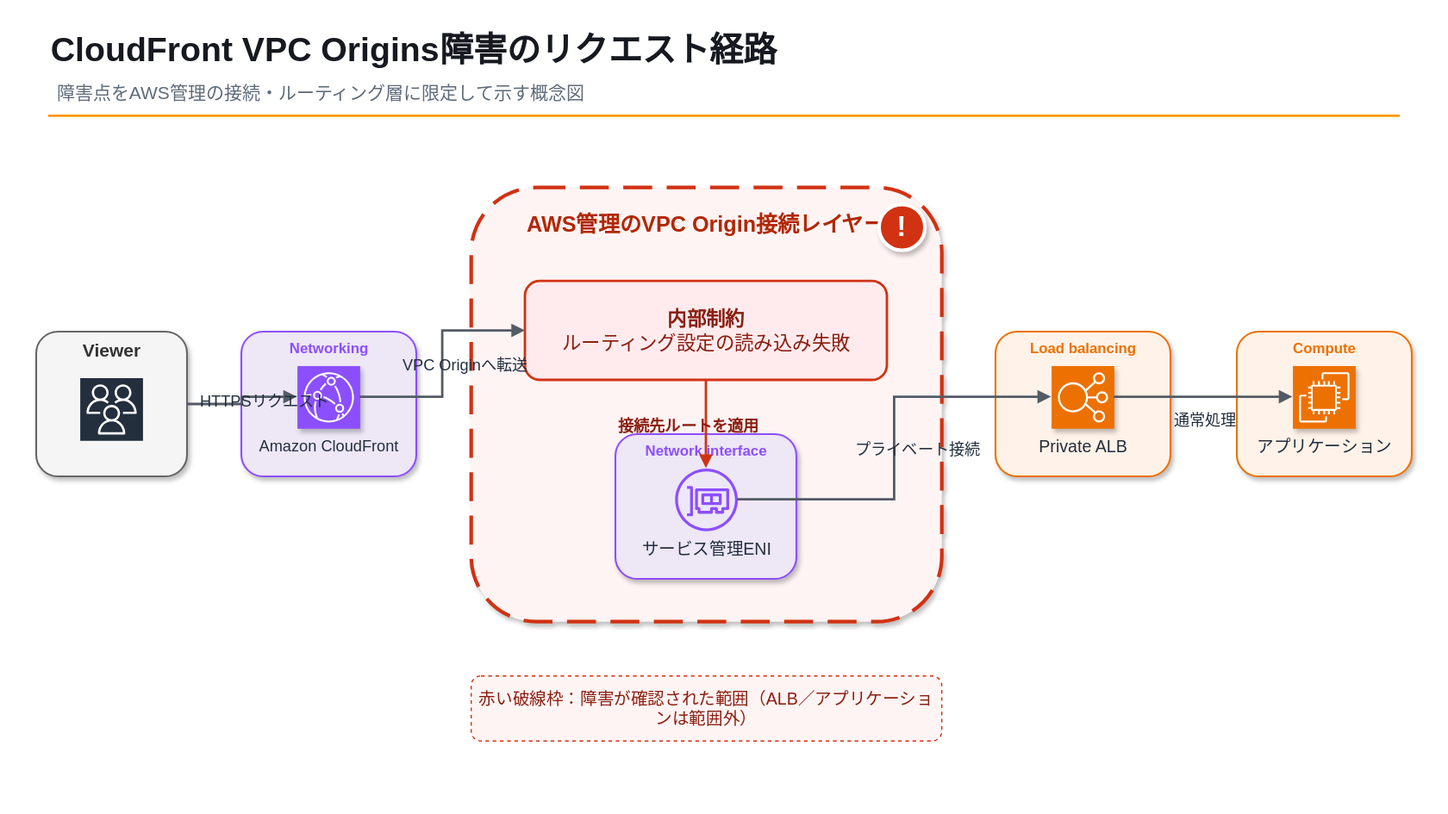
This is src/assets/blog/cloudfront-vpc-origin-outage-path.svg from hiroshiimaizumi0611/tech-log, a draw.io export, as it was before one commit. Source tidied: cells renumbered, new cells last; positions are measured from the earlier drawing's top-left corner, leaving out a move shared by most shapes.
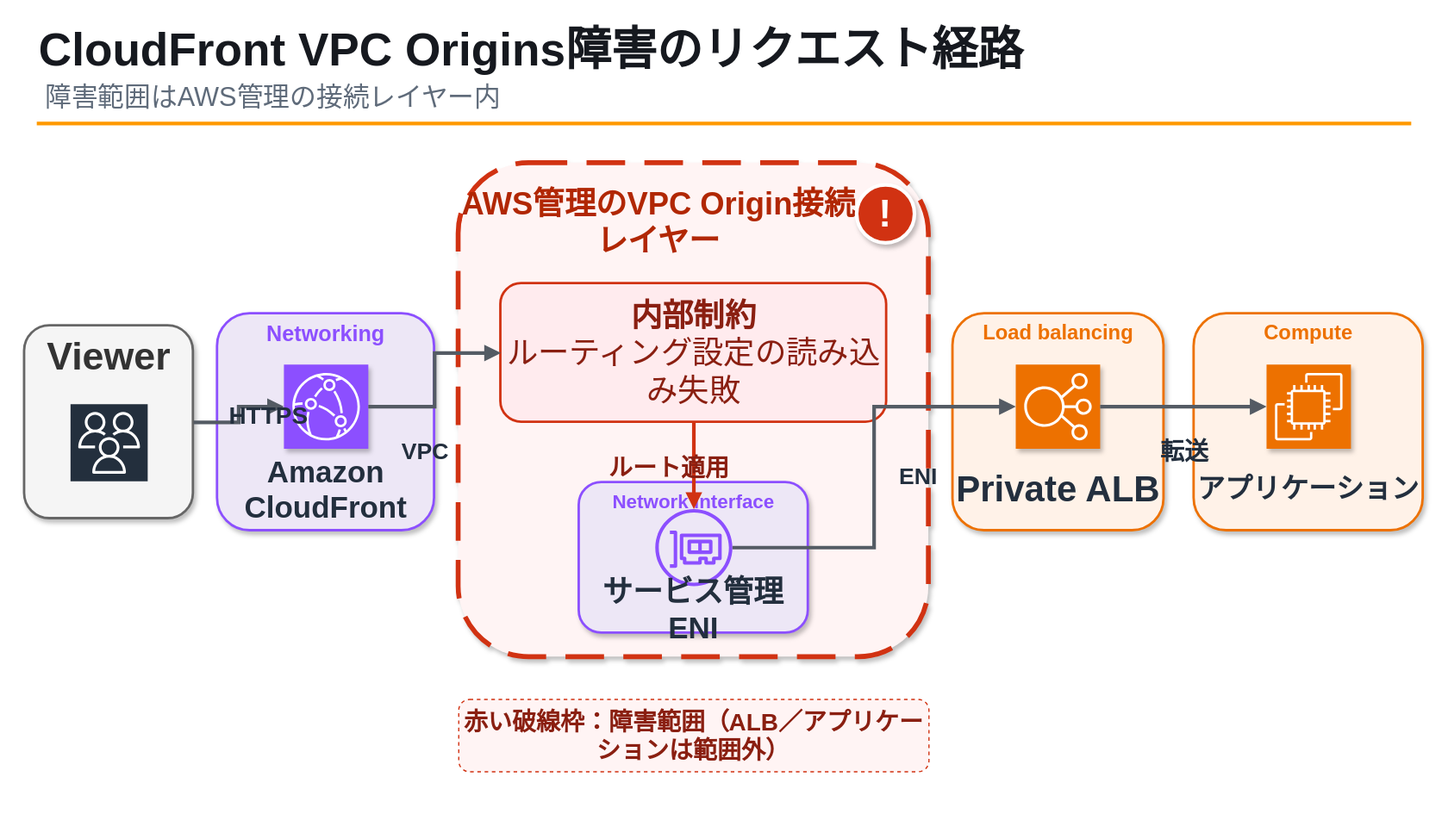
The same file after the commit.

Commit message:
fix: improve CloudFront diagram readability

Diff of the diagram source:
```diff
@@ -2,89 +2,101 @@
   <root>
     <mxCell id="0" />
     <mxCell id="1" parent="0" />
-    <mxCell id="2" style="rounded=0;whiteSpace=wrap;html=1;fillColor=#FFFFFF;strokeColor=none;fontFamily=Helvetica;" parent="1" vertex="1">
+    <mxCell id="2" style="rounded=0;whiteSpace=wrap;html=1;fillColor=#FFFFFF;strokeColor=#FFFFFF;strokeWidth=1;fontFamily=Helvetica;" parent="1" vertex="1">
       <mxGeometry width="1200" height="675" as="geometry" />
     </mxCell>
-    <mxCell id="3" value="CloudFront VPC Origins障害のリクエスト経路" style="text;html=1;whiteSpace=wrap;strokeColor=none;fillColor=none;align=left;verticalAlign=middle;fontSize=28;fontStyle=1;fontColor=#16191F;fontFamily=Helvetica;" parent="1" vertex="1">
-      <mxGeometry x="40" y="20" width="1120" height="42" as="geometry" />
+    <mxCell id="3" value="CloudFront VPC Origins障害のリクエスト経路" style="text;html=1;whiteSpace=wrap;strokeColor=none;fillColor=none;align=left;verticalAlign=middle;fontSize=38;fontStyle=1;fontColor=#16191F;fontFamily=Helvetica;" parent="1" vertex="1">
+      <mxGeometry x="30" y="15" width="1140" height="52" as="geometry" />
     </mxCell>
-    <mxCell id="4" value="障害点をAWS管理の接続・ルーティング層に限定して示す概念図" style="text;html=1;whiteSpace=wrap;strokeColor=none;fillColor=none;align=left;verticalAlign=middle;fontSize=15;fontColor=#5F6B7A;fontFamily=Helvetica;" parent="1" vertex="1">
-      <mxGeometry x="45" y="62" width="900" height="28" as="geometry" />
+    <mxCell id="4" value="障害範囲はAWS管理の接続レイヤー内" style="text;html=1;whiteSpace=wrap;strokeColor=none;fillColor=none;align=left;verticalAlign=middle;fontSize=22;fontColor=#5F6B7A;fontFamily=Helvetica;" parent="1" vertex="1">
+      <mxGeometry x="35" y="65" width="700" height="32" as="geometry" />
     </mxCell>
-    <mxCell id="5" style="line;strokeWidth=2;html=1;strokeColor=#FF9900;fontFamily=Helvetica;" parent="1" vertex="1">
-      <mxGeometry x="40" y="92" width="1120" height="8" as="geometry" />
+    <mxCell id="5" style="line;strokeWidth=3;html=1;strokeColor=#FF9900;fontFamily=Helvetica;" parent="1" vertex="1">
+      <mxGeometry x="30" y="98" width="1140" height="8" as="geometry" />
     </mxCell>
-    <mxCell id="6" value="Viewer" style="fillColor=#F5F5F5;strokeColor=light-dark(#666666,#D4D4D4);rounded=1;whiteSpace=wrap;html=1;verticalAlign=top;fontStyle=1;fontSize=15;fontColor=#333333;fontFamily=Helvetica;shadow=1;strokeWidth=1.5;" parent="1" vertex="1">
-      <mxGeometry x="30" y="275" width="125" height="120" as="geometry" />
+    <mxCell id="6" value="Viewer" style="fillColor=#F5F5F5;strokeColor=light-dark(#666666,#D4D4D4);rounded=1;whiteSpace=wrap;html=1;verticalAlign=top;fontStyle=1;fontSize=32;fontColor=#333333;fontFamily=Helvetica;shadow=1;strokeWidth=2;" parent="1" vertex="1">
+      <mxGeometry x="20" y="270" width="140" height="160" as="geometry" />
     </mxCell>
-    <mxCell id="7" style="sketch=0;fontColor=#232F3E;fillColor=#232F3D;strokeColor=#FFFFFF;verticalLabelPosition=bottom;verticalAlign=top;align=center;html=1;fontSize=12;shape=mxgraph.aws4.resourceIcon;resIcon=mxgraph.aws4.users;fontFamily=Helvetica;" parent="6" vertex="1">
-      <mxGeometry x="36" y="38" width="52" height="52" as="geometry" />
+    <mxCell id="7" style="sketch=0;fontColor=#232F3E;fillColor=#232F3D;strokeColor=#FFFFFF;verticalLabelPosition=bottom;verticalAlign=top;align=center;html=1;fontSize=24;shape=mxgraph.aws4.resourceIcon;resIcon=mxgraph.aws4.users;fontFamily=Helvetica;" parent="6" vertex="1">
+      <mxGeometry x="38" y="65" width="64" height="64" as="geometry" />
     </mxCell>
-    <mxCell id="8" value="Networking" style="fillColor=#EDE7F6;strokeColor=#8C4FFF;rounded=1;whiteSpace=wrap;html=1;verticalAlign=top;fontStyle=1;fontSize=12;fontColor=#8C4FFF;fontFamily=Helvetica;shadow=1;strokeWidth=1.5;" parent="1" vertex="1">
-      <mxGeometry x="200" y="275" width="145" height="120" as="geometry" />
+    <mxCell id="8" value="Networking" style="fillColor=#EDE7F6;strokeColor=#8C4FFF;rounded=1;whiteSpace=wrap;html=1;verticalAlign=top;fontStyle=1;fontSize=18;fontColor=#8C4FFF;fontFamily=Helvetica;shadow=1;strokeWidth=2;" parent="1" vertex="1">
+      <mxGeometry x="180" y="260" width="180" height="180" as="geometry" />
     </mxCell>
-    <mxCell id="9" value="Amazon CloudFront" style="sketch=0;outlineConnect=0;fontColor=#232F3E;fillColor=#8C4FFF;strokeColor=#FFFFFF;verticalLabelPosition=bottom;verticalAlign=top;align=center;html=1;fontSize=13;shape=mxgraph.aws4.resourceIcon;resIcon=mxgraph.aws4.cloudfront;fontFamily=Helvetica;shadow=1;" parent="8" vertex="1">
-      <mxGeometry x="46" y="28" width="52" height="52" as="geometry" />
+    <mxCell id="9" style="sketch=0;outlineConnect=0;fontColor=#232F3E;fillColor=#8C4FFF;strokeColor=#FFFFFF;verticalLabelPosition=bottom;verticalAlign=top;align=center;html=1;fontSize=27;fontStyle=1;shape=mxgraph.aws4.resourceIcon;resIcon=mxgraph.aws4.cloudfront;fontFamily=Helvetica;shadow=1;" parent="8" vertex="1">
+      <mxGeometry x="55" y="42" width="70" height="70" as="geometry" />
     </mxCell>
+    <mxCell id="30" value="Amazon CloudFront" style="text;html=1;whiteSpace=wrap;strokeColor=none;fillColor=none;align=center;verticalAlign=middle;fontSize=25;fontStyle=1;fontColor=#232F3E;fontFamily=Helvetica;" parent="8" vertex="1">
+      <mxGeometry x="5" y="115" width="170" height="60" as="geometry" />
+    </mxCell>
-    <mxCell id="10" value="AWS管理のVPC Origin接続レイヤー" style="rounded=1;whiteSpace=wrap;html=1;fillColor=light-dark(#FFF4F4,#3B2525);fillStyle=auto;strokeColor=#D13212;strokeWidth=3;dashed=1;dashPattern=8 4;verticalAlign=top;spacingTop=14;fontSize=18;fontStyle=1;fontColor=#B12704;fontFamily=Helvetica;shadow=1;" parent="1" vertex="1">
-      <mxGeometry x="390" y="155" width="390" height="360" as="geometry" />
+    <mxCell id="10" value="AWS管理のVPC Origin接続レイヤー" style="rounded=1;whiteSpace=wrap;html=1;fillColor=light-dark(#FFF4F4,#3B2525);fillStyle=auto;strokeColor=#D13212;strokeWidth=4;dashed=1;dashPattern=8 4;verticalAlign=top;spacingTop=12;spacingRight=58;fontSize=26;fontStyle=1;fontColor=#B12704;fontFamily=Helvetica;shadow=1;" parent="1" vertex="1">
+      <mxGeometry x="380" y="135" width="390" height="410" as="geometry" />
     </mxCell>
-    <mxCell id="11" value="!" style="ellipse;whiteSpace=wrap;html=1;fillColor=#D13212;strokeColor=#FFFFFF;strokeWidth=3;fontColor=#FFFFFF;fontSize=24;fontStyle=1;fontFamily=Helvetica;shadow=1;" parent="10" vertex="1">
-      <mxGeometry x="338" y="14" width="38" height="38" as="geometry" />
+    <mxCell id="11" value="!" style="ellipse;whiteSpace=wrap;html=1;fillColor=#D13212;strokeColor=#FFFFFF;strokeWidth=3;fontColor=#FFFFFF;fontSize=32;fontStyle=1;fontFamily=Helvetica;shadow=1;" parent="10" vertex="1">
+      <mxGeometry x="330" y="18" width="48" height="48" as="geometry" />
     </mxCell>
-    <mxCell id="12" value="&lt;b&gt;内部制約&lt;/b&gt;&lt;div&gt;ルーティング設定の読み込み失敗&lt;/div&gt;" style="rounded=1;whiteSpace=wrap;html=1;fillColor=#FFEBEE;strokeColor=#D13212;strokeWidth=2;align=center;verticalAlign=middle;fontSize=16;fontColor=#8A1F11;fontFamily=Helvetica;shadow=0;" parent="10" vertex="1">
-      <mxGeometry x="45" y="78" width="300" height="82" as="geometry" />
+    <mxCell id="12" value="&lt;b&gt;内部制約&lt;/b&gt;&lt;div&gt;ルーティング設定の読み込み失敗&lt;/div&gt;" style="rounded=1;whiteSpace=wrap;html=1;fillColor=#FFEBEE;strokeColor=#D13212;strokeWidth=2;align=center;verticalAlign=middle;fontSize=26;fontColor=#8A1F11;fontFamily=Helvetica;" parent="10" vertex="1">
+      <mxGeometry x="35" y="100" width="320" height="115" as="geometry" />
     </mxCell>
-    <mxCell id="13" value="Network interface" style="fillColor=#EDE7F6;strokeColor=#8C4FFF;rounded=1;whiteSpace=wrap;html=1;verticalAlign=top;fontStyle=1;fontSize=12;fontColor=#8C4FFF;fontFamily=Helvetica;shadow=1;strokeWidth=1.5;" parent="10" vertex="1">
-      <mxGeometry x="120" y="205" width="150" height="120" as="geometry" />
+    <mxCell id="13" value="Network interface" style="fillColor=#EDE7F6;strokeColor=#8C4FFF;rounded=1;whiteSpace=wrap;html=1;verticalAlign=top;fontStyle=1;fontSize=16;fontColor=#8C4FFF;fontFamily=Helvetica;shadow=1;strokeWidth=2;" parent="10" vertex="1">
+      <mxGeometry x="100" y="265" width="190" height="125" as="geometry" />
     </mxCell>
-    <mxCell id="14" value="サービス管理ENI" style="sketch=0;outlineConnect=0;fontColor=#232F3E;gradientColor=none;fillColor=#8C4FFF;strokeColor=none;verticalLabelPosition=bottom;verticalAlign=top;align=center;html=1;fontSize=14;shape=mxgraph.aws4.elastic_network_interface;fontFamily=Helvetica;" parent="13" vertex="1">
-      <mxGeometry x="49" y="28" width="52" height="52" as="geometry" />
+    <mxCell id="14" style="sketch=0;outlineConnect=0;fontColor=#232F3E;gradientColor=none;fillColor=#8C4FFF;strokeColor=none;verticalLabelPosition=bottom;verticalAlign=top;align=center;html=1;fontSize=27;fontStyle=1;shape=mxgraph.aws4.elastic_network_interface;fontFamily=Helvetica;" parent="13" vertex="1">
+      <mxGeometry x="63" y="22" width="64" height="64" as="geometry" />
     </mxCell>
+    <mxCell id="31" value="サービス管理ENI" style="text;html=1;whiteSpace=wrap;strokeColor=none;fillColor=none;align=center;verticalAlign=middle;fontSize=25;fontStyle=1;fontColor=#232F3E;fontFamily=Helvetica;" parent="13" vertex="1">
+      <mxGeometry y="86" width="190" height="38" as="geometry" />
+    </mxCell>
-    <mxCell id="15" style="edgeStyle=orthogonalEdgeStyle;rounded=0;jettySize=20;html=1;endArrow=block;endFill=1;strokeWidth=2;strokeColor=#D13212;fontFamily=Helvetica;exitX=0.5;exitY=1;entryX=0.5;entryY=0;" parent="10" edge="1" source="12" target="14">
+    <mxCell id="15" style="edgeStyle=orthogonalEdgeStyle;rounded=0;jettySize=20;html=1;endArrow=block;endFill=1;strokeWidth=3;strokeColor=#D13212;fontFamily=Helvetica;exitX=0.5;exitY=1;entryX=0.5;entryY=0;" parent="10" edge="1" source="12" target="14">
       <mxGeometry relative="1" as="geometry" />
     </mxCell>
-    <mxCell id="16" value="接続先ルートを適用" style="edgeLabel;html=1;align=center;verticalAlign=middle;labelBackgroundColor=none;fontSize=13;fontColor=#8A1F11;fontStyle=1;fontFamily=Helvetica;" parent="15" vertex="1">
-      <mxGeometry y="-16" relative="1" as="geometry" />
+    <mxCell id="16" value="ルート適用" style="edgeLabel;html=1;align=center;verticalAlign=middle;labelBackgroundColor=none;fontSize=20;fontStyle=1;fontColor=#8A1F11;fontFamily=Helvetica;" parent="15" vertex="1">
+      <mxGeometry y="-22" relative="1" as="geometry" />
     </mxCell>
-    <mxCell id="17" value="Load balancing" style="fillColor=#FFF2E8;strokeColor=#ED7100;rounded=1;whiteSpace=wrap;html=1;verticalAlign=top;fontStyle=1;fontSize=12;fontColor=#ED7100;fontFamily=Helvetica;shadow=1;strokeWidth=1.5;" parent="1" vertex="1">
-      <mxGeometry x="825" y="275" width="145" height="120" as="geometry" />
+    <mxCell id="17" value="Load balancing" style="fillColor=#FFF2E8;strokeColor=#ED7100;rounded=1;whiteSpace=wrap;html=1;verticalAlign=top;fontStyle=1;fontSize=17;fontColor=#ED7100;fontFamily=Helvetica;shadow=1;strokeWidth=2;" parent="1" vertex="1">
+      <mxGeometry x="790" y="260" width="175" height="180" as="geometry" />
     </mxCell>
-    <mxCell id="18" value="Private ALB" style="sketch=0;outlineConnect=0;fontColor=#232F3E;fillColor=#ED7100;strokeColor=#FFFFFF;verticalLabelPosition=bottom;verticalAlign=top;align=center;html=1;fontSize=14;shape=mxgraph.aws4.resourceIcon;resIcon=mxgraph.aws4.elastic_load_balancing;fontFamily=Helvetica;shadow=1;" parent="17" vertex="1">
-      <mxGeometry x="46" y="28" width="52" height="52" as="geometry" />
+    <mxCell id="18" style="sketch=0;outlineConnect=0;fontColor=#232F3E;fillColor=#ED7100;strokeColor=#FFFFFF;verticalLabelPosition=bottom;verticalAlign=top;align=center;html=1;fontSize=31;fontStyle=1;shape=mxgraph.aws4.resourceIcon;resIcon=mxgraph.aws4.elastic_load_balancing;fontFamily=Helvetica;shadow=1;" parent="17" vertex="1">
+      <mxGeometry x="52" y="42" width="70" height="70" as="geometry" />
     </mxCell>
+    <mxCell id="32" value="Private ALB" style="text;html=1;whiteSpace=wrap;strokeColor=none;fillColor=none;align=center;verticalAlign=middle;fontSize=30;fontStyle=1;fontColor=#232F3E;fontFamily=Helvetica;" parent="17" vertex="1">
+      <mxGeometry y="118" width="175" height="54" as="geometry" />
+    </mxCell>
-    <mxCell id="19" value="Compute" style="fillColor=#FFF2E8;strokeColor=#ED7100;rounded=1;whiteSpace=wrap;html=1;verticalAlign=top;fontStyle=1;fontSize=12;fontColor=#ED7100;fontFamily=Helvetica;shadow=1;strokeWidth=1.5;" parent="1" vertex="1">
-      <mxGeometry x="1025" y="275" width="145" height="120" as="geometry" />
+    <mxCell id="19" value="Compute" style="fillColor=#FFF2E8;strokeColor=#ED7100;rounded=1;whiteSpace=wrap;html=1;verticalAlign=top;fontStyle=1;fontSize=17;fontColor=#ED7100;fontFamily=Helvetica;shadow=1;strokeWidth=2;" parent="1" vertex="1">
+      <mxGeometry x="990" y="260" width="190" height="180" as="geometry" />
     </mxCell>
-    <mxCell id="20" value="アプリケーション" style="sketch=0;outlineConnect=0;fontColor=#232F3E;fillColor=#ED7100;strokeColor=#FFFFFF;verticalLabelPosition=bottom;verticalAlign=top;align=center;html=1;fontSize=14;shape=mxgraph.aws4.resourceIcon;resIcon=mxgraph.aws4.ec2;fontFamily=Helvetica;shadow=1;" parent="19" vertex="1">
-      <mxGeometry x="46" y="28" width="52" height="52" as="geometry" />
+    <mxCell id="20" style="sketch=0;outlineConnect=0;fontColor=#232F3E;fillColor=#ED7100;strokeColor=#FFFFFF;verticalLabelPosition=bottom;verticalAlign=top;align=center;html=1;fontSize=28;fontStyle=1;shape=mxgraph.aws4.resourceIcon;resIcon=mxgraph.aws4.ec2;fontFamily=Helvetica;shadow=1;" parent="19" vertex="1">
+      <mxGeometry x="60" y="42" width="70" height="70" as="geometry" />
     </mxCell>
+    <mxCell id="33" value="アプリケーション" style="text;html=1;whiteSpace=wrap;strokeColor=none;fillColor=none;align=center;verticalAlign=middle;fontSize=23;fontStyle=1;fontColor=#232F3E;fontFamily=Helvetica;" parent="19" vertex="1">
+      <mxGeometry y="118" width="190" height="54" as="geometry" />
+    </mxCell>
-    <mxCell id="21" style="edgeStyle=orthogonalEdgeStyle;rounded=0;jettySize=20;html=1;endArrow=block;endFill=1;strokeWidth=2;strokeColor=#545B64;fontFamily=Helvetica;exitX=1;exitY=0.5;entryX=0;entryY=0.5;" parent="1" edge="1" source="6" target="9">
+    <mxCell id="21" style="edgeStyle=orthogonalEdgeStyle;rounded=0;jettySize=20;html=1;endArrow=block;endFill=1;strokeWidth=3;strokeColor=#545B64;fontFamily=Helvetica;exitX=1;exitY=0.5;entryX=0;entryY=0.5;" parent="1" edge="1" source="6" target="9">
       <mxGeometry relative="1" as="geometry" />
     </mxCell>
-    <mxCell id="22" value="HTTPSリクエスト" style="edgeLabel;html=1;align=center;verticalAlign=middle;labelBackgroundColor=none;fontSize=13;fontColor=#232F3E;fontFamily=Helvetica;" parent="21" vertex="1">
-      <mxGeometry y="-18" relative="1" as="geometry" />
+    <mxCell id="22" value="HTTPS" style="edgeLabel;html=1;align=center;verticalAlign=middle;labelBackgroundColor=none;fontSize=20;fontStyle=1;fontColor=#232F3E;fontFamily=Helvetica;" parent="21" vertex="1">
+      <mxGeometry y="-24" relative="1" as="geometry" />
     </mxCell>
-    <mxCell id="23" style="edgeStyle=orthogonalEdgeStyle;rounded=0;jettySize=20;html=1;endArrow=block;endFill=1;strokeWidth=2;strokeColor=#545B64;fontFamily=Helvetica;exitX=1;exitY=0.5;entryX=0;entryY=0.5;" parent="1" edge="1" source="9" target="12">
+    <mxCell id="23" style="edgeStyle=orthogonalEdgeStyle;rounded=0;jettySize=20;html=1;endArrow=block;endFill=1;strokeWidth=3;strokeColor=#545B64;fontFamily=Helvetica;exitX=1;exitY=0.5;entryX=0;entryY=0.5;" parent="1" edge="1" source="9" target="12">
       <mxGeometry relative="1" as="geometry" />
     </mxCell>
-    <mxCell id="24" value="VPC Originへ転送" style="edgeLabel;html=1;align=center;verticalAlign=middle;labelBackgroundColor=none;fontSize=13;fontColor=#232F3E;fontFamily=Helvetica;" parent="23" vertex="1">
-      <mxGeometry y="-18" relative="1" as="geometry" />
+    <mxCell id="24" value="VPC" style="edgeLabel;html=1;align=center;verticalAlign=middle;labelBackgroundColor=none;fontSize=19;fontStyle=1;fontColor=#232F3E;fontFamily=Helvetica;" parent="23" vertex="1">
+      <mxGeometry x="-0.4" y="-38" relative="1" as="geometry" />
     </mxCell>
-    <mxCell id="25" style="edgeStyle=orthogonalEdgeStyle;rounded=0;jettySize=20;html=1;endArrow=block;endFill=1;strokeWidth=2;strokeColor=#545B64;fontFamily=Helvetica;exitX=1;exitY=0.5;entryX=0;entryY=0.5;" parent="1" edge="1" source="14" target="18">
+    <mxCell id="25" style="edgeStyle=orthogonalEdgeStyle;rounded=0;jettySize=20;html=1;endArrow=block;endFill=1;strokeWidth=3;strokeColor=#545B64;fontFamily=Helvetica;exitX=1;exitY=0.5;entryX=0;entryY=0.5;" parent="1" edge="1" source="14" target="18">
       <mxGeometry relative="1" as="geometry" />
     </mxCell>
-    <mxCell id="26" value="プライベート接続" style="edgeLabel;html=1;align=center;verticalAlign=middle;labelBackgroundColor=none;fontSize=13;fontColor=#232F3E;fontFamily=Helvetica;" parent="25" vertex="1">
-      <mxGeometry y="-18" relative="1" as="geometry" />
+    <mxCell id="26" value="ENI" style="edgeLabel;html=1;align=center;verticalAlign=middle;labelBackgroundColor=none;fontSize=19;fontStyle=1;fontColor=#232F3E;fontFamily=Helvetica;" parent="25" vertex="1">
+      <mxGeometry y="-36" relative="1" as="geometry" />
     </mxCell>
-    <mxCell id="27" style="edgeStyle=orthogonalEdgeStyle;rounded=0;jettySize=20;html=1;endArrow=block;endFill=1;strokeWidth=2;strokeColor=#545B64;fontFamily=Helvetica;exitX=1;exitY=0.5;entryX=0;entryY=0.5;" parent="1" edge="1" source="18" target="20">
+    <mxCell id="27" style="edgeStyle=orthogonalEdgeStyle;rounded=0;jettySize=20;html=1;endArrow=block;endFill=1;strokeWidth=3;strokeColor=#545B64;fontFamily=Helvetica;exitX=1;exitY=0.5;entryX=0;entryY=0.5;" parent="1" edge="1" source="18" target="20">
       <mxGeometry relative="1" as="geometry" />
     </mxCell>
-    <mxCell id="28" value="通常処理" style="edgeLabel;html=1;align=center;verticalAlign=middle;labelBackgroundColor=none;fontSize=13;fontColor=#232F3E;fontFamily=Helvetica;" parent="27" vertex="1">
-      <mxGeometry y="-18" relative="1" as="geometry" />
+    <mxCell id="28" value="転送" style="edgeLabel;html=1;align=center;verticalAlign=middle;labelBackgroundColor=none;fontSize=20;fontStyle=1;fontColor=#232F3E;fontFamily=Helvetica;" parent="27" vertex="1">
+      <mxGeometry y="-36" relative="1" as="geometry" />
     </mxCell>
-    <mxCell id="29" value="赤い破線枠：障害が確認された範囲（ALB／アプリケーションは範囲外）" style="rounded=1;whiteSpace=wrap;html=1;fillColor=#FFF4F4;strokeColor=#D13212;dashed=1;fontSize=14;fontColor=#8A1F11;fontFamily=Helvetica;align=center;verticalAlign=middle;" parent="1" vertex="1">
-      <mxGeometry x="390" y="560" width="390" height="54" as="geometry" />
+    <mxCell id="29" value="赤い破線枠：障害範囲（ALB／アプリケーションは範囲外）" style="rounded=1;whiteSpace=wrap;html=1;fillColor=#FFF4F4;strokeColor=#D13212;dashed=1;fontSize=20;fontStyle=1;fontColor=#8A1F11;fontFamily=Helvetica;align=center;verticalAlign=middle;" parent="1" vertex="1">
+      <mxGeometry x="380" y="580" width="390" height="60" as="geometry" />
     </mxCell>
   </root>
 </mxGraphModel>
```
